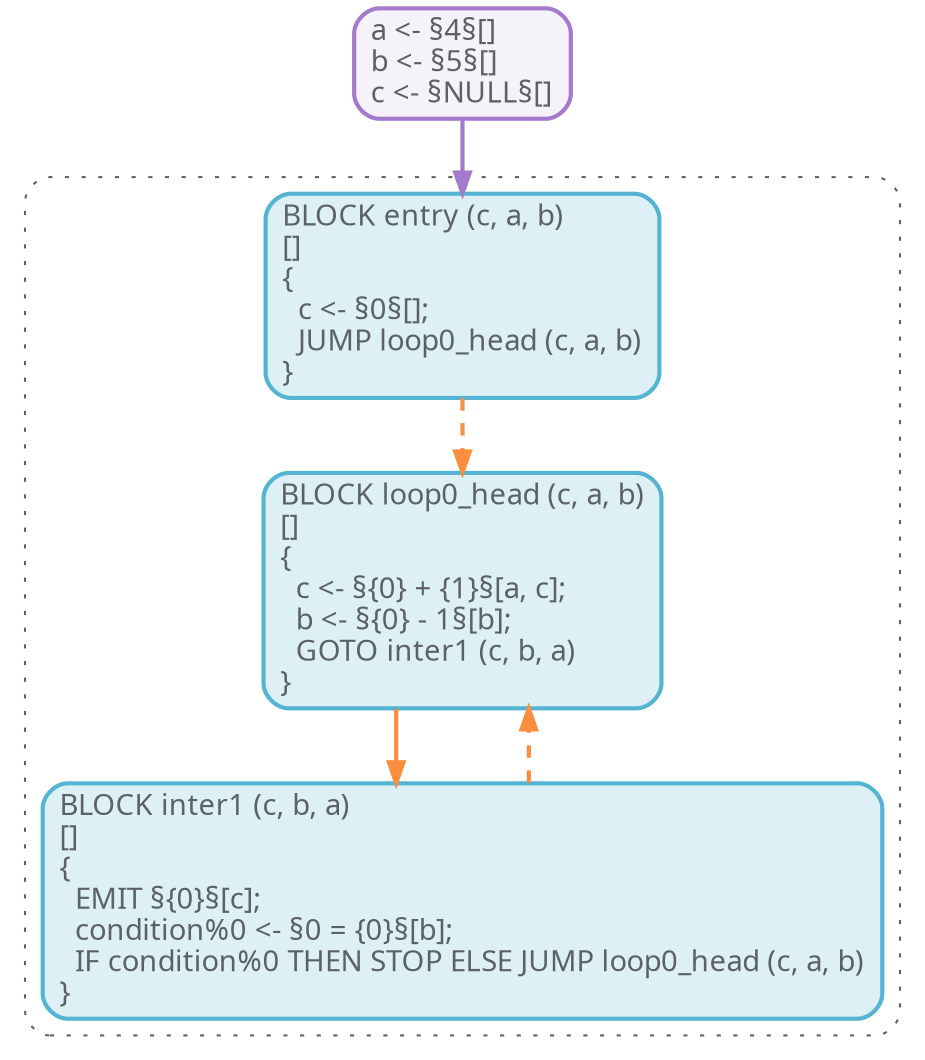
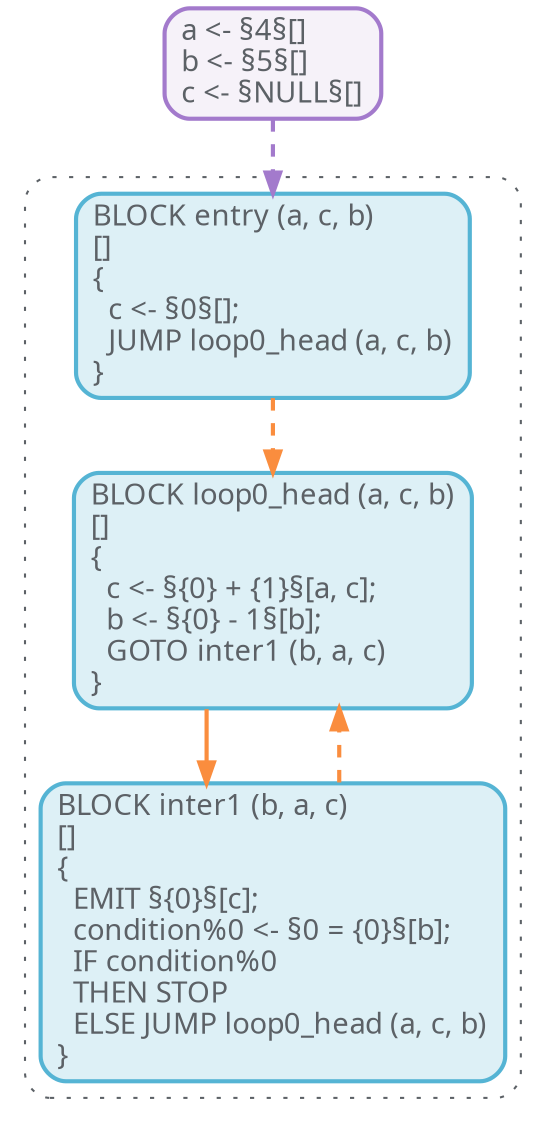
digraph "%pdg%" {
-   rankdir="TB";
  node [
    shape=rectangle,
    nojustify=true,
    penwidth=2,
    style="rounded,filled",
    fontcolor="#5C6166",
    fontname = "PragmataPro",
  ];
  graph [
    fontname = "PragmataPro",
    splines=ortho
  ];
  edge [
    fontname = "PragmataPro",
    penwidth=2,
    color="#FA8D3E"
  ];
  subgraph "%cfg%" {
-     rankdir="LR";
    cluster=true;
    style="rounded,dotted";
    color="#5C6166";
    node [
      fillcolor="#DDF0F6",
      color="#55B4D4"
    ];
    edge [
      color="#FA8D3E"
    ];
-     "entry" [label="BLOCK entry (c, a, b)\l[]\l{\l  c <- §0§[];\l  JUMP loop0_head (c, a, b)\l}\l"];
-     "loop0_head" [label="BLOCK loop0_head (c, a, b)\l[]\l{\l  c <- §{0} + {1}§[a, c];\l  b <- §{0} - 1§[b];\l  GOTO inter1 (c, b, a)\l}\l"];
-     "inter1" [label="BLOCK inter1 (c, b, a)\l[]\l{\l  EMIT §{0}§[c];\l  condition%0 <- §0 = {0}§[b];\l  IF condition%0 THEN STOP ELSE JUMP loop0_head (c, a, b)\l}\l"];
+     "entry" [label="BLOCK entry (a, c, b)\l[]\l{\l  c <- §0§[];\l  JUMP loop0_head (a, c, b)\l}\l"];
+     "loop0_head" [label="BLOCK loop0_head (a, c, b)\l[]\l{\l  c <- §{0} + {1}§[a, c];\l  b <- §{0} - 1§[b];\l  GOTO inter1 (b, a, c)\l}\l"];
+     "inter1" [label="BLOCK inter1 (b, a, c)\l[]\l{\l  EMIT §{0}§[c];\l  condition%0 <- §0 = {0}§[b];\l  IF condition%0\l  THEN STOP\l  ELSE JUMP loop0_head (a, c, b)\l}\l"];
    "entry" -> "loop0_head" [style="dashed"];
    "loop0_head" -> "inter1" [style="solid"];
    "inter1" -> "loop0_head" [style="dashed"];
  }
  subgraph "%inputs%" {
    node [
      fillcolor="#F6F2F9",
      color="#A37ACC";
    ];
    edge [
-       color="#A37ACC"
+       color="#A37ACC",
+       style="dashed"
    ];
-     "%inputs%" [label="a <- §4§[]\lb <- §5§[]\lc <- §NULL§[]"];
+     "%inputs%" [label="a <- §4§[]\lb <- §5§[]\lc <- §NULL§[]\l"];
    "%inputs%" -> "entry";
  }
}
